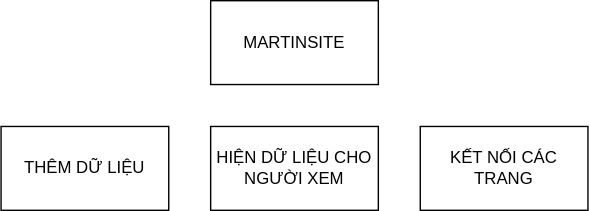
Earlier version of the draw.io export DFD.drawio.svg (MartinoPhoenixVox/martinsite). Source tidied: cells renumbered, new cells last; positions are measured from the earlier drawing's top-left corner, leaving out a move shared by most shapes.
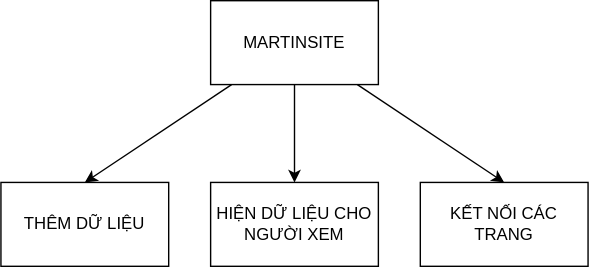
Later version of the same file.

Commit message:
Cập nhật DFD

Diff of the diagram source:
```diff
@@ -2,8 +2,17 @@
   <root>
     <mxCell id="0" />
     <mxCell id="1" parent="0" />
+    <mxCell id="6" style="edgeStyle=none;html=1;exitX=0.5;exitY=1;exitDx=0;exitDy=0;entryX=0.5;entryY=0;entryDx=0;entryDy=0;" parent="1" edge="1" source="2" target="4">
+      <mxGeometry relative="1" as="geometry" />
+    </mxCell>
+    <mxCell id="7" style="edgeStyle=none;html=1;entryX=0.5;entryY=0;entryDx=0;entryDy=0;" parent="1" edge="1" source="2" target="5">
+      <mxGeometry relative="1" as="geometry" />
+    </mxCell>
+    <mxCell id="8" style="edgeStyle=none;html=1;entryX=0.5;entryY=0;entryDx=0;entryDy=0;" parent="1" edge="1" source="2" target="3">
+      <mxGeometry relative="1" as="geometry" />
+    </mxCell>
     <mxCell id="2" value="MARTINSITE" style="rounded=0;whiteSpace=wrap;html=1;" parent="1" vertex="1">
-      <mxGeometry x="150" width="120" height="60" as="geometry" />
+      <mxGeometry x="150" y="-40" width="120" height="60" as="geometry" />
     </mxCell>
     <mxCell id="3" value="THÊM DỮ LIỆU" style="rounded=0;whiteSpace=wrap;html=1;" parent="1" vertex="1">
       <mxGeometry y="90" width="120" height="60" as="geometry" />
```
